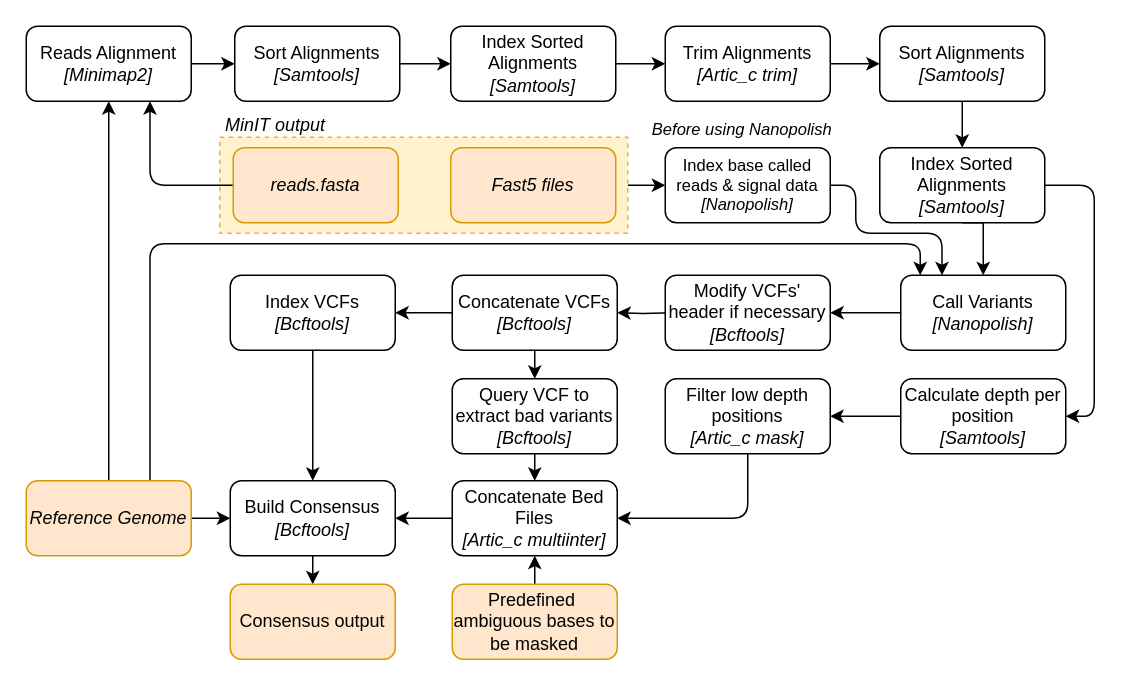
Earlier version of the draw.io diagram page "ArticPipeline" (9 of 12) of server_mobile_connection.drawio (hiruna72/f5n). Source tidied: cells renumbered, new cells numbered last; positions are measured from the earlier drawing's top-left corner, leaving out a move shared by most shapes. Both pictures are drawn from the tidied source at 150%, with x=0, y=0 at pixel (26, 26).
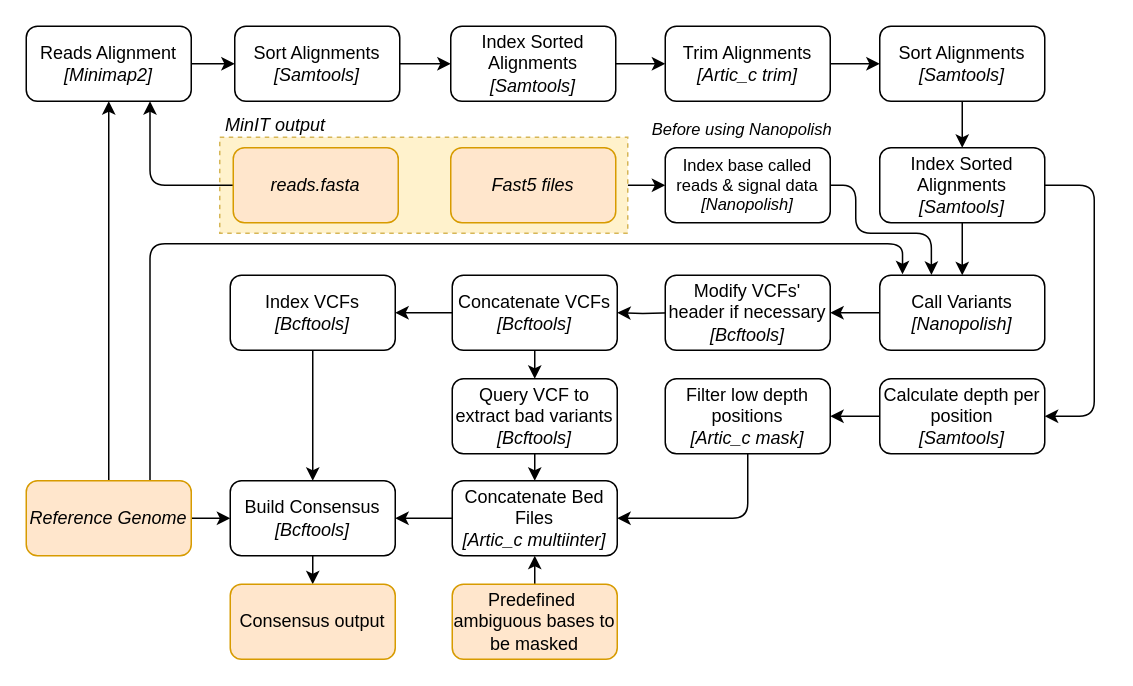
After the change.

Unchanged cells that the change refers to:
```xml
<mxCell id="7" value="&lt;i&gt;Reference Genome&lt;/i&gt;" style="rounded=1;whiteSpace=wrap;html=1;fillColor=#ffe6cc;strokeColor=#d79b00;" parent="1" vertex="1">
  <mxGeometry y="303" width="110" height="50" as="geometry" />
</mxCell>
<mxCell id="18" value="&lt;div style=&quot;font-size: 11px&quot;&gt;&lt;font style=&quot;font-size: 11px&quot;&gt;Index base called reads &amp;amp; signal data&lt;/font&gt;&lt;/div&gt;&lt;div style=&quot;font-size: 11px&quot;&gt;&lt;font style=&quot;font-size: 11px&quot;&gt;&lt;i&gt;[Nanopolish&lt;/i&gt;&lt;/font&gt;&lt;i&gt;]&lt;/i&gt;&lt;/div&gt;" style="rounded=1;whiteSpace=wrap;html=1;" parent="1" vertex="1">
  <mxGeometry x="426" y="81" width="110" height="50" as="geometry" />
</mxCell>
```

Diff of the diagram source:
```diff
@@
-    <mxCell id="5" style="edgeStyle=orthogonalEdgeStyle;rounded=1&#10;;jettySize=auto;html=1;exitX=0.75;exitY=0;exitDx=0;exitDy=0;entryX=0.118;entryY=0;entryDx=0;entryDy=0;entryPerimeter=0;" parent="1" edge="1" source="7" target="26">
+    <mxCell id="5" style="edgeStyle=orthogonalEdgeStyle;rounded=1&#10;;jettySize=auto;html=1;exitX=0.75;exitY=0;exitDx=0;exitDy=0;entryX=0.138;entryY=-0.012;entryDx=0;entryDy=0;entryPerimeter=0;" parent="1" edge="1" source="7" target="26">
       <mxGeometry relative="1" as="geometry">
         <Array as="points">
           <mxPoint x="83" y="145" />
-          <mxPoint x="596" y="145" />
+          <mxPoint x="584" y="145" />
         </Array>
       </mxGeometry>
     </mxCell>
@@
-    <mxCell id="17" style="edgeStyle=orthogonalEdgeStyle;rounded=1;jettySize=auto;html=1;exitX=1;exitY=0.5;exitDx=0;exitDy=0;entryX=0.25;entryY=0;entryDx=0;entryDy=0;" parent="1" edge="1" source="18" target="26">
+    <mxCell id="17" style="edgeStyle=orthogonalEdgeStyle;rounded=1;jettySize=auto;html=1;exitX=1;exitY=0.5;exitDx=0;exitDy=0;entryX=0.313;entryY=-0.004;entryDx=0;entryDy=0;entryPerimeter=0;" parent="1" edge="1" source="18" target="26">
       <mxGeometry relative="1" as="geometry">
         <Array as="points">
           <mxPoint x="553" y="106" />
           <mxPoint x="553" y="138" />
-          <mxPoint x="611" y="138" />
+          <mxPoint x="603" y="138" />
+          <mxPoint x="603" y="166" />
         </Array>
       </mxGeometry>
     </mxCell>
@@
     <mxCell id="26" value="&lt;div&gt;Call Variants&lt;br&gt;&lt;/div&gt;&lt;div&gt;&lt;i&gt;[Nanopolish]&lt;/i&gt;&lt;/div&gt;" style="rounded=1;whiteSpace=wrap;html=1;" parent="1" vertex="1">
-      <mxGeometry x="583" y="166" width="110" height="50" as="geometry" />
+      <mxGeometry x="569" y="166" width="110" height="50" as="geometry" />
     </mxCell>
@@
     <mxCell id="49" value="Calculate depth per position&lt;br&gt;&lt;div&gt;&lt;i&gt;[Samtools]&lt;br&gt;&lt;/i&gt;&lt;/div&gt;" style="rounded=1;whiteSpace=wrap;html=1;" parent="1" vertex="1">
-      <mxGeometry x="583" y="235" width="110" height="50" as="geometry" />
+      <mxGeometry x="569" y="235" width="110" height="50" as="geometry" />
     </mxCell>
```
